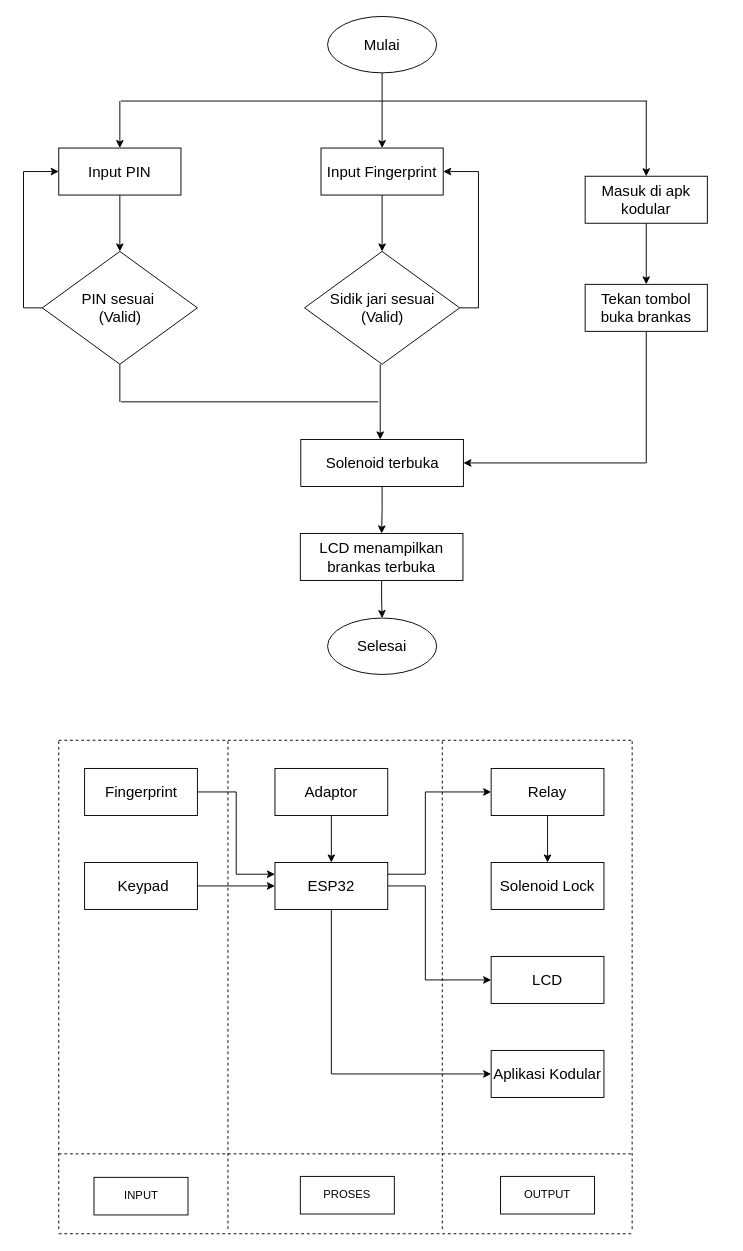
This is Untitled Diagram.drawio from putrinadiasudartomo/13020210003_Modul7_dan_Modul8_PutriNadiaSudartomo, a draw.io file, before an edit. Source tidied: cells renumbered, new cells numbered last; positions are measured from the earlier drawing's top-left corner, leaving out a move shared by most shapes. Both pictures are drawn from the tidied source at 94%, with x=0, y=0 at pixel (41, 16).
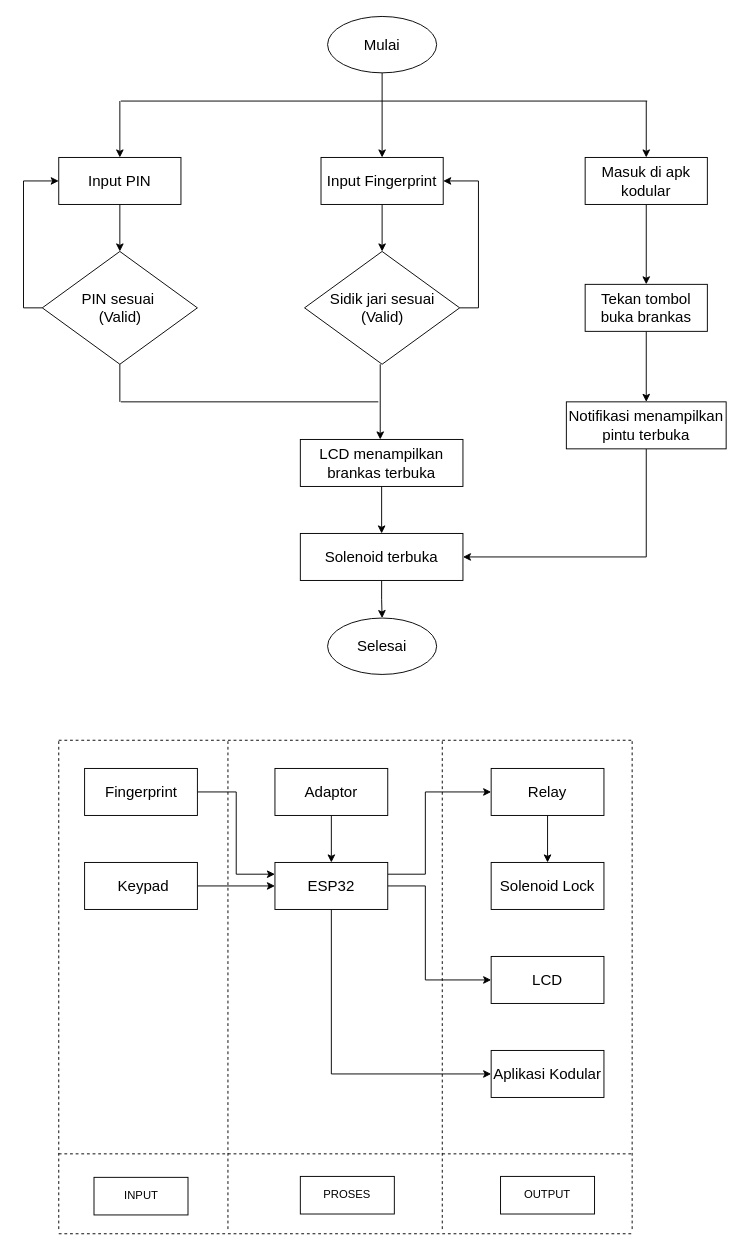
The same diagram, later.

The change refers to these unchanged cells:
```xml
<mxCell id="19" value="&lt;font size=&quot;3&quot;&gt;Selesai&lt;/font&gt;" style="ellipse;whiteSpace=wrap;html=1;" parent="1" vertex="1">
  <mxGeometry x="304" y="640" width="116" height="60" as="geometry" />
</mxCell>
<mxCell id="24" value="&lt;font size=&quot;3&quot;&gt;Tekan tombol buka brankas&lt;/font&gt;" style="rounded=0;whiteSpace=wrap;html=1;" parent="1" vertex="1">
  <mxGeometry x="578" y="285" width="130" height="50" as="geometry" />
</mxCell>
```

The edit, as a diff of the source:
```diff
@@
     <mxCell id="5" value="&lt;font size=&quot;3&quot;&gt;Input PIN&lt;/font&gt;" style="rounded=0;whiteSpace=wrap;html=1;" parent="1" vertex="1">
-      <mxGeometry x="18" y="140" width="130" height="50" as="geometry" />
+      <mxGeometry x="18" y="150" width="130" height="50" as="geometry" />
     </mxCell>
@@
     <mxCell id="7" value="&lt;font size=&quot;3&quot;&gt;Masuk di apk kodular&lt;/font&gt;" style="rounded=0;whiteSpace=wrap;html=1;" parent="1" vertex="1">
-      <mxGeometry x="578" y="170" width="130" height="50" as="geometry" />
+      <mxGeometry x="578" y="150" width="130" height="50" as="geometry" />
     </mxCell>
@@
     <mxCell id="9" value="&lt;font size=&quot;3&quot;&gt;Input Fingerprint&lt;/font&gt;" style="rounded=0;whiteSpace=wrap;html=1;" parent="1" vertex="1">
-      <mxGeometry x="297" y="140" width="130" height="50" as="geometry" />
+      <mxGeometry x="297" y="150" width="130" height="50" as="geometry" />
     </mxCell>
@@
-    <mxCell id="15" style="edgeStyle=orthogonalEdgeStyle;rounded=0;jettySize=auto;html=1;exitX=0.5;exitY=1;exitDx=0;exitDy=0;entryX=0.5;entryY=0;entryDx=0;entryDy=0;" parent="1" edge="1" source="16" target="18">
-      <mxGeometry relative="1" as="geometry" />
-    </mxCell>
+    <mxCell id="52" style="edgeStyle=orthogonalEdgeStyle;rounded=0;jettySize=auto;html=1;exitX=0.5;exitY=1;exitDx=0;exitDy=0;entryX=0.5;entryY=0;entryDx=0;entryDy=0;" parent="1" edge="1" source="16" target="19">
+      <mxGeometry relative="1" as="geometry" />
+    </mxCell>
     <mxCell id="16" value="&lt;font size=&quot;3&quot;&gt;Solenoid terbuka&lt;/font&gt;" style="rounded=0;whiteSpace=wrap;html=1;" parent="1" vertex="1">
-      <mxGeometry x="275.5" y="450" width="173" height="50" as="geometry" />
+      <mxGeometry x="275" y="550" width="173" height="50" as="geometry" />
     </mxCell>
-    <mxCell id="17" style="edgeStyle=orthogonalEdgeStyle;rounded=0;jettySize=auto;html=1;exitX=0.5;exitY=1;exitDx=0;exitDy=0;entryX=0.5;entryY=0;entryDx=0;entryDy=0;" parent="1" edge="1" source="18" target="19">
-      <mxGeometry relative="1" as="geometry" />
-    </mxCell>
+    <mxCell id="53" style="edgeStyle=orthogonalEdgeStyle;rounded=0;jettySize=auto;html=1;exitX=0.5;exitY=1;exitDx=0;exitDy=0;entryX=0.5;entryY=0;entryDx=0;entryDy=0;" parent="1" edge="1" source="18" target="16">
+      <mxGeometry relative="1" as="geometry" />
+    </mxCell>
     <mxCell id="18" value="&lt;font size=&quot;3&quot;&gt;LCD menampilkan brankas terbuka&lt;/font&gt;" style="rounded=0;whiteSpace=wrap;html=1;" parent="1" vertex="1">
-      <mxGeometry x="275" y="550" width="173" height="50" as="geometry" />
+      <mxGeometry x="275" y="450" width="173" height="50" as="geometry" />
     </mxCell>
@@
-    <mxCell id="23" style="edgeStyle=orthogonalEdgeStyle;rounded=0;jettySize=auto;html=1;exitX=0.5;exitY=1;exitDx=0;exitDy=0;entryX=1;entryY=0.5;entryDx=0;entryDy=0;" parent="1" edge="1" source="24" target="16">
-      <mxGeometry relative="1" as="geometry" />
-    </mxCell>
+    <mxCell id="54" style="edgeStyle=orthogonalEdgeStyle;rounded=0;jettySize=auto;html=1;exitX=0.5;exitY=1;exitDx=0;exitDy=0;entryX=0.5;entryY=0;entryDx=0;entryDy=0;" parent="1" edge="1" source="24" target="56">
+      <mxGeometry relative="1" as="geometry" />
+    </mxCell>
@@
+    <mxCell id="55" style="edgeStyle=orthogonalEdgeStyle;rounded=0;jettySize=auto;html=1;exitX=0.5;exitY=1;exitDx=0;exitDy=0;entryX=1;entryY=0.5;entryDx=0;entryDy=0;" parent="1" edge="1" source="56" target="16">
+      <mxGeometry relative="1" as="geometry" />
+    </mxCell>
+    <mxCell id="56" value="&lt;font size=&quot;3&quot;&gt;Notifikasi menampilkan pintu terbuka&lt;/font&gt;" style="rounded=0;whiteSpace=wrap;html=1;" parent="1" vertex="1">
+      <mxGeometry x="558" y="410" width="170" height="50" as="geometry" />
+    </mxCell>
```
